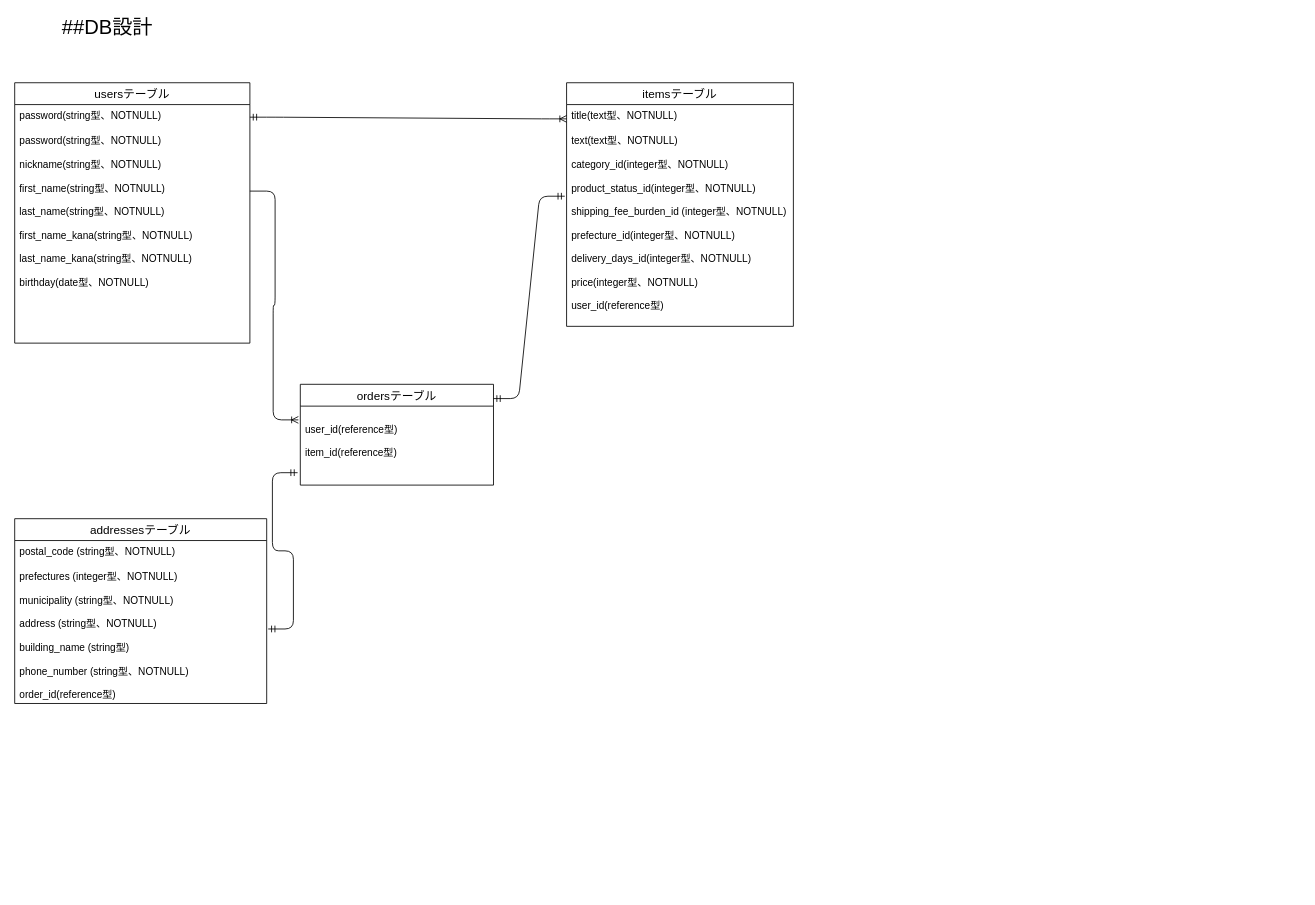
The draw.io diagram ER図.dio in ryo106/connect-30940, before the edit. Source tidied: cells renumbered, new cells numbered last; positions are measured from the earlier drawing's top-left corner, leaving out a move shared by most shapes. Both pictures are drawn from the tidied source at 84%, with x=0, y=0 at pixel (14, 14).
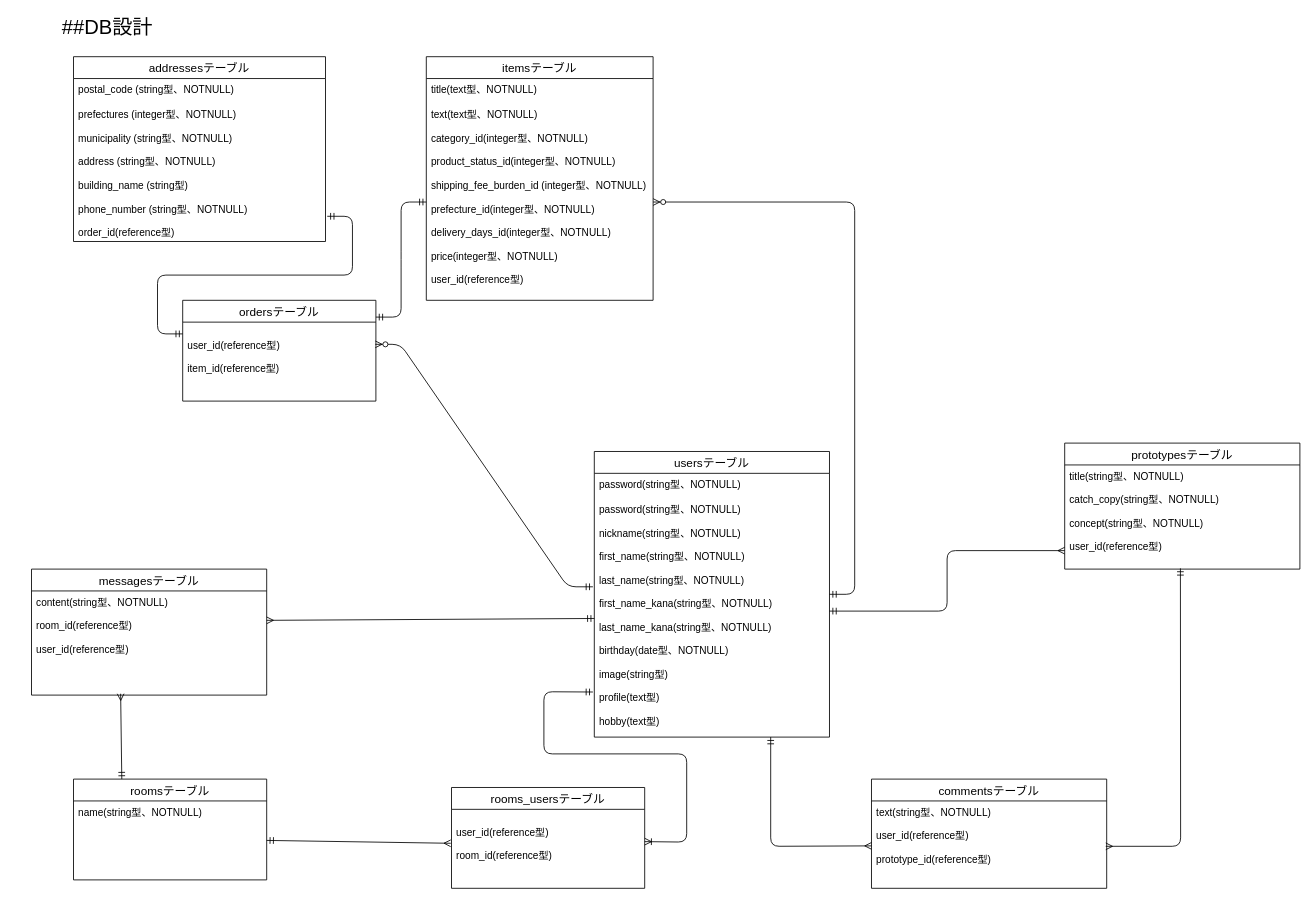
Above is the later version.

The change refers to these unchanged cells:
```xml
<mxCell id="4" value="text(text型、NOTNULL)&#10;&#10;category_id(integer型、NOTNULL)&#10;&#10;product_status_id(integer型、NOTNULL)&#10;&#10;shipping_fee_burden_id (integer型、NOTNULL)&#10;&#10;prefecture_id(integer型、NOTNULL)&#10;&#10;delivery_days_id(integer型、NOTNULL)&#10;&#10;price(integer型、NOTNULL)&#10;&#10;user_id(reference型)&#10;&#10;&#10;" style="text;strokeColor=none;fillColor=none;spacingLeft=4;spacingRight=4;overflow=hidden;points=[[0,0.5],[1,0.5]];portConstraint=eastwest;fontSize=12;" parent="2" vertex="1">
  <mxGeometry y="56" width="270" height="234" as="geometry" />
</mxCell>
<mxCell id="9" value="&#10;user_id(reference型)&#10;&#10;item_id(reference型)" style="text;strokeColor=none;fillColor=none;spacingLeft=4;spacingRight=4;overflow=hidden;points=[[0,0.5],[1,0.5]];portConstraint=eastwest;fontSize=12;" parent="8" vertex="1">
  <mxGeometry y="26" width="230" height="94" as="geometry" />
</mxCell>
<mxCell id="12" value="prefectures (integer型、NOTNULL)&#10;&#10;municipality (string型、NOTNULL)&#10;&#10;address (string型、NOTNULL)&#10;&#10;building_name (string型)&#10;&#10;phone_number (string型、NOTNULL)&#10;&#10;order_id(reference型)&#10;" style="text;strokeColor=none;fillColor=none;spacingLeft=4;spacingRight=4;overflow=hidden;points=[[0,0.5],[1,0.5]];portConstraint=eastwest;fontSize=12;" parent="10" vertex="1">
  <mxGeometry y="56" width="300" height="164" as="geometry" />
</mxCell>
```

The edit, as a diff of the source:
```diff
@@
     <mxCell id="2" value="itemsテーブル" style="swimlane;fontStyle=0;horizontal=1;startSize=26;align=center;fontSize=14;" parent="1" vertex="1">
-      <mxGeometry x="657" y="81" width="270" height="290" as="geometry" />
+      <mxGeometry x="490" y="50" width="270" height="290" as="geometry" />
     </mxCell>
@@
-    <mxCell id="5" value="usersテーブル" style="swimlane;fontStyle=0;horizontal=1;startSize=26;align=center;fontSize=14;" parent="1" vertex="1">
-      <mxGeometry y="81" width="280" height="310" as="geometry" />
+    <mxCell id="5" value="prototypesテーブル" style="swimlane;fontStyle=0;horizontal=1;startSize=26;align=center;fontSize=14;" parent="1" vertex="1">
+      <mxGeometry x="1250" y="510" width="280" height="150" as="geometry" />
     </mxCell>
-    <mxCell id="6" value="password(string型、NOTNULL)" style="text;strokeColor=none;fillColor=none;spacingLeft=4;spacingRight=4;overflow=hidden;points=[[0,0.5],[1,0.5]];portConstraint=eastwest;fontSize=12;" parent="5" vertex="1">
-      <mxGeometry y="26" width="280" height="30" as="geometry" />
+    <mxCell id="6" value="title(string型、NOTNULL)&#10;&#10;catch_copy(string型、NOTNULL)&#10;&#10;concept(string型、NOTNULL)&#10;&#10;user_id(reference型)" style="text;strokeColor=none;fillColor=none;spacingLeft=4;spacingRight=4;overflow=hidden;points=[[0,0.5],[1,0.5]];portConstraint=eastwest;fontSize=12;" parent="5" vertex="1">
+      <mxGeometry y="26" width="280" height="124" as="geometry" />
     </mxCell>
-    <mxCell id="7" value="password(string型、NOTNULL)&#10;&#10;nickname(string型、NOTNULL)&#10;&#10;first_name(string型、NOTNULL)&#10;&#10;last_name(string型、NOTNULL)&#10;&#10;first_name_kana(string型、NOTNULL)&#10;&#10;last_name_kana(string型、NOTNULL)&#10;&#10;birthday(date型、NOTNULL)&#10;" style="text;strokeColor=none;fillColor=none;spacingLeft=4;spacingRight=4;overflow=hidden;fontSize=12;" parent="5" vertex="1">
-      <mxGeometry y="56" width="280" height="254" as="geometry" />
-    </mxCell>
     <mxCell id="8" value="ordersテーブル" style="swimlane;fontStyle=0;horizontal=1;startSize=26;align=center;fontSize=14;" parent="1" vertex="1">
-      <mxGeometry x="340" y="440" width="230" height="120" as="geometry" />
+      <mxGeometry x="200" y="340" width="230" height="120" as="geometry" />
     </mxCell>
@@
     <mxCell id="10" value="addressesテーブル" style="swimlane;fontStyle=0;horizontal=1;startSize=26;align=center;fontSize=14;" parent="1" vertex="1">
-      <mxGeometry y="600" width="300" height="220" as="geometry" />
+      <mxGeometry x="70" y="50" width="300" height="220" as="geometry" />
     </mxCell>
@@
-    <mxCell id="13" style="edgeStyle=entityRelationEdgeStyle;fontSize=12;html=1;endArrow=ERoneToMany;startArrow=ERmandOne;entryX=0.005;entryY=0.9;entryDx=0;entryDy=0;entryPerimeter=0;exitX=1;exitY=0.5;exitDx=0;exitDy=0;" parent="1" edge="1" source="6">
-      <mxGeometry relative="1" as="geometry">
-        <mxPoint x="657" y="124" as="targetPoint" />
-      </mxGeometry>
-    </mxCell>
-    <mxCell id="14" style="edgeStyle=entityRelationEdgeStyle;fontSize=12;html=1;endArrow=ERmandOne;startArrow=ERmandOne;entryX=-0.014;entryY=0.843;entryDx=0;entryDy=0;entryPerimeter=0;exitX=1.006;exitY=0.459;exitDx=0;exitDy=0;exitPerimeter=0;" parent="1" edge="1" source="12" target="9">
-      <mxGeometry relative="1" as="geometry" />
-    </mxCell>
@@
-    <mxCell id="16" style="edgeStyle=entityRelationEdgeStyle;fontSize=12;html=1;endArrow=ERoneToMany;entryX=-0.01;entryY=0.174;entryDx=0;entryDy=0;entryPerimeter=0;" parent="1" edge="1" target="9">
-      <mxGeometry relative="1" as="geometry">
-        <mxPoint x="280" y="210" as="sourcePoint" />
-      </mxGeometry>
-    </mxCell>
-    <mxCell id="17" style="edgeStyle=entityRelationEdgeStyle;fontSize=12;html=1;endArrow=ERmandOne;startArrow=ERmandOne;entryX=-0.008;entryY=0.338;entryDx=0;entryDy=0;entryPerimeter=0;exitX=1.006;exitY=0.459;exitDx=0;exitDy=0;exitPerimeter=0;" parent="1" edge="1" target="4">
-      <mxGeometry relative="1" as="geometry">
-        <mxPoint x="570" y="457" as="sourcePoint" />
-      </mxGeometry>
-    </mxCell>
+    <mxCell id="18" value="messagesテーブル" style="swimlane;fontStyle=0;horizontal=1;startSize=26;align=center;fontSize=14;" parent="1" vertex="1">
+      <mxGeometry x="20" y="660" width="280" height="150" as="geometry" />
+    </mxCell>
+    <mxCell id="19" value="content(string型、NOTNULL)&#10;&#10;room_id(reference型)&#10;&#10;user_id(reference型)" style="text;strokeColor=none;fillColor=none;spacingLeft=4;spacingRight=4;overflow=hidden;points=[[0,0.5],[1,0.5]];portConstraint=eastwest;fontSize=12;" parent="18" vertex="1">
+      <mxGeometry y="26" width="280" height="124" as="geometry" />
+    </mxCell>
+    <mxCell id="20" value="rooms_usersテーブル" style="swimlane;fontStyle=0;horizontal=1;startSize=26;align=center;fontSize=14;" parent="1" vertex="1">
+      <mxGeometry x="520" y="920" width="230" height="120" as="geometry" />
+    </mxCell>
+    <mxCell id="21" value="&#10;user_id(reference型)&#10;&#10;room_id(reference型)" style="text;strokeColor=none;fillColor=none;spacingLeft=4;spacingRight=4;overflow=hidden;points=[[0,0.5],[1,0.5]];portConstraint=eastwest;fontSize=12;" parent="20" vertex="1">
+      <mxGeometry y="26" width="230" height="94" as="geometry" />
+    </mxCell>
+    <mxCell id="22" value="roomsテーブル" style="swimlane;fontStyle=0;horizontal=1;startSize=26;align=center;fontSize=14;" parent="1" vertex="1">
+      <mxGeometry x="70" y="910" width="230" height="120" as="geometry" />
+    </mxCell>
+    <mxCell id="23" value="name(string型、NOTNULL)" style="text;strokeColor=none;fillColor=none;spacingLeft=4;spacingRight=4;overflow=hidden;points=[[0,0.5],[1,0.5]];portConstraint=eastwest;fontSize=12;" parent="22" vertex="1">
+      <mxGeometry y="26" width="230" height="94" as="geometry" />
+    </mxCell>
+    <mxCell id="24" value="usersテーブル" style="swimlane;fontStyle=0;horizontal=1;startSize=26;align=center;fontSize=14;" parent="1" vertex="1">
+      <mxGeometry x="690" y="520" width="280" height="340" as="geometry" />
+    </mxCell>
+    <mxCell id="25" value="password(string型、NOTNULL)" style="text;strokeColor=none;fillColor=none;spacingLeft=4;spacingRight=4;overflow=hidden;fontSize=12;" parent="24" vertex="1">
+      <mxGeometry y="26" width="280" height="30" as="geometry" />
+    </mxCell>
+    <mxCell id="26" value="password(string型、NOTNULL)&#10;&#10;nickname(string型、NOTNULL)&#10;&#10;first_name(string型、NOTNULL)&#10;&#10;last_name(string型、NOTNULL)&#10;&#10;first_name_kana(string型、NOTNULL)&#10;&#10;last_name_kana(string型、NOTNULL)&#10;&#10;birthday(date型、NOTNULL)&#10;&#10;image(string型)&#10;&#10;profile(text型)&#10;&#10;hobby(text型)&#10;" style="text;strokeColor=none;fillColor=none;spacingLeft=4;spacingRight=4;overflow=hidden;points=[[0,0.5],[1,0.5]];portConstraint=eastwest;fontSize=12;" parent="24" vertex="1">
+      <mxGeometry y="56" width="280" height="284" as="geometry" />
+    </mxCell>
+    <mxCell id="27" style="edgeStyle=entityRelationEdgeStyle;fontSize=12;html=1;endArrow=ERzeroToMany;startArrow=ERmandOne;" parent="1" edge="1" source="24" target="4">
+      <mxGeometry relative="1" as="geometry" />
+    </mxCell>
+    <mxCell id="28" style="edgeStyle=entityRelationEdgeStyle;fontSize=12;html=1;endArrow=ERzeroToMany;startArrow=ERmandOne;entryX=0.997;entryY=0.281;entryDx=0;entryDy=0;entryPerimeter=0;exitX=-0.006;exitY=0.37;exitDx=0;exitDy=0;exitPerimeter=0;" parent="1" edge="1" source="26" target="9">
+      <mxGeometry relative="1" as="geometry" />
+    </mxCell>
+    <mxCell id="29" style="edgeStyle=entityRelationEdgeStyle;fontSize=12;html=1;endArrow=ERmandOne;startArrow=ERmandOne;" parent="1" edge="1" target="4">
+      <mxGeometry relative="1" as="geometry">
+        <mxPoint x="430" y="360" as="sourcePoint" />
+      </mxGeometry>
+    </mxCell>
+    <mxCell id="30" style="edgeStyle=entityRelationEdgeStyle;fontSize=12;html=1;endArrow=ERmandOne;startArrow=ERmandOne;exitX=1.007;exitY=0.817;exitDx=0;exitDy=0;exitPerimeter=0;" parent="1" edge="1" source="12">
+      <mxGeometry relative="1" as="geometry">
+        <mxPoint x="200" y="380" as="targetPoint" />
+      </mxGeometry>
+    </mxCell>
+    <mxCell id="31" style="endArrow=ERoneToMany;html=1;fontSize=12;exitX=-0.006;exitY=0.811;exitDx=0;exitDy=0;exitPerimeter=0;endFill=0;startArrow=ERmandOne;startFill=0;entryX=1;entryY=0.409;entryDx=0;entryDy=0;entryPerimeter=0;" parent="1" edge="1" source="26" target="21">
+      <mxGeometry relative="1" as="geometry">
+        <Array as="points">
+          <mxPoint x="630" y="806" />
+          <mxPoint x="630" y="880" />
+          <mxPoint x="800" y="880" />
+          <mxPoint x="800" y="985" />
+        </Array>
+      </mxGeometry>
+    </mxCell>
+    <mxCell id="32" style="endArrow=ERmany;html=1;fontSize=12;entryX=-0.004;entryY=0.43;entryDx=0;entryDy=0;entryPerimeter=0;startArrow=ERmandOne;startFill=0;endFill=0;exitX=1;exitY=0.5;exitDx=0;exitDy=0;" parent="1" edge="1" source="23" target="21">
+      <mxGeometry relative="1" as="geometry" />
+    </mxCell>
+    <mxCell id="33" style="endArrow=ERmany;html=1;fontSize=12;entryX=0.379;entryY=0.987;entryDx=0;entryDy=0;entryPerimeter=0;startArrow=ERmandOne;startFill=0;endFill=0;exitX=0.25;exitY=0;exitDx=0;exitDy=0;" parent="1" edge="1" source="22" target="19">
+      <mxGeometry relative="1" as="geometry" />
+    </mxCell>
+    <mxCell id="34" style="endArrow=ERmany;html=1;fontSize=12;startArrow=ERmandOne;startFill=0;endFill=0;" parent="1" edge="1">
+      <mxGeometry relative="1" as="geometry">
+        <mxPoint x="970" y="710" as="sourcePoint" />
+        <mxPoint x="1250" y="638" as="targetPoint" />
+        <Array as="points">
+          <mxPoint x="1110" y="710" />
+          <mxPoint x="1110" y="638" />
+        </Array>
+      </mxGeometry>
+    </mxCell>
+    <mxCell id="35" style="endArrow=ERmany;html=1;fontSize=12;entryX=-0.003;entryY=0.149;entryDx=0;entryDy=0;entryPerimeter=0;startArrow=ERmandOne;startFill=0;endFill=0;exitX=0.75;exitY=1;exitDx=0;exitDy=0;exitPerimeter=0;" parent="1" edge="1" source="26">
+      <mxGeometry relative="1" as="geometry">
+        <mxPoint x="1020" y="989.5" as="targetPoint" />
+        <Array as="points">
+          <mxPoint x="900" y="990" />
+        </Array>
+      </mxGeometry>
+    </mxCell>
+    <mxCell id="36" style="endArrow=ERmany;html=1;fontSize=12;startArrow=ERmandOne;startFill=0;endFill=0;exitX=0.492;exitY=0.993;exitDx=0;exitDy=0;exitPerimeter=0;entryX=0.996;entryY=0.54;entryDx=0;entryDy=0;entryPerimeter=0;" parent="1" edge="1" source="6">
+      <mxGeometry relative="1" as="geometry">
+        <mxPoint x="1298.9" y="990" as="targetPoint" />
+        <Array as="points">
+          <mxPoint x="1388" y="990" />
+        </Array>
+      </mxGeometry>
+    </mxCell>
+    <mxCell id="37" style="endArrow=ERmany;html=1;fontSize=12;startArrow=ERmandOne;startFill=0;endFill=0;" parent="1" edge="1" source="26">
+      <mxGeometry relative="1" as="geometry">
+        <mxPoint x="300" y="721" as="targetPoint" />
+      </mxGeometry>
+    </mxCell>
+    <mxCell id="38" value="commentsテーブル" style="swimlane;fontStyle=0;horizontal=1;startSize=26;align=center;fontSize=14;" parent="1" vertex="1">
+      <mxGeometry x="1020" y="910" width="280" height="130" as="geometry" />
+    </mxCell>
+    <mxCell id="39" value="text(string型、NOTNULL)&#10;&#10;user_id(reference型)&#10;&#10;prototype_id(reference型)" style="text;strokeColor=none;fillColor=none;spacingLeft=4;spacingRight=4;overflow=hidden;fontSize=12;" parent="38" vertex="1">
+      <mxGeometry y="26" width="280" height="104" as="geometry" />
+    </mxCell>
```
